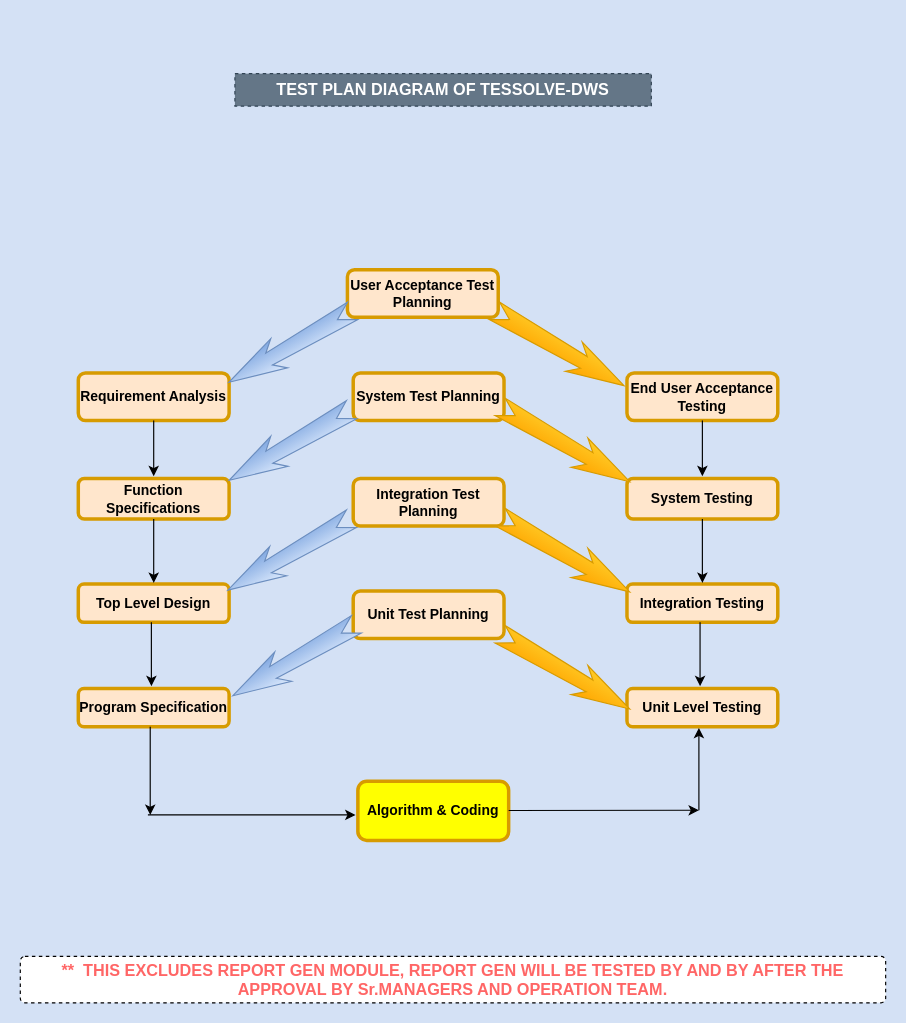
Earlier version of the draw.io diagram Untitled Diagramprogramm_modules.drawio (prasannachandar/tsp). Source tidied: cells renumbered, new cells numbered last; positions are measured from the earlier drawing's top-left corner, leaving out a move shared by most shapes. Both pictures are drawn from the tidied source at 116%, with x=0, y=0 at pixel (20, 73).
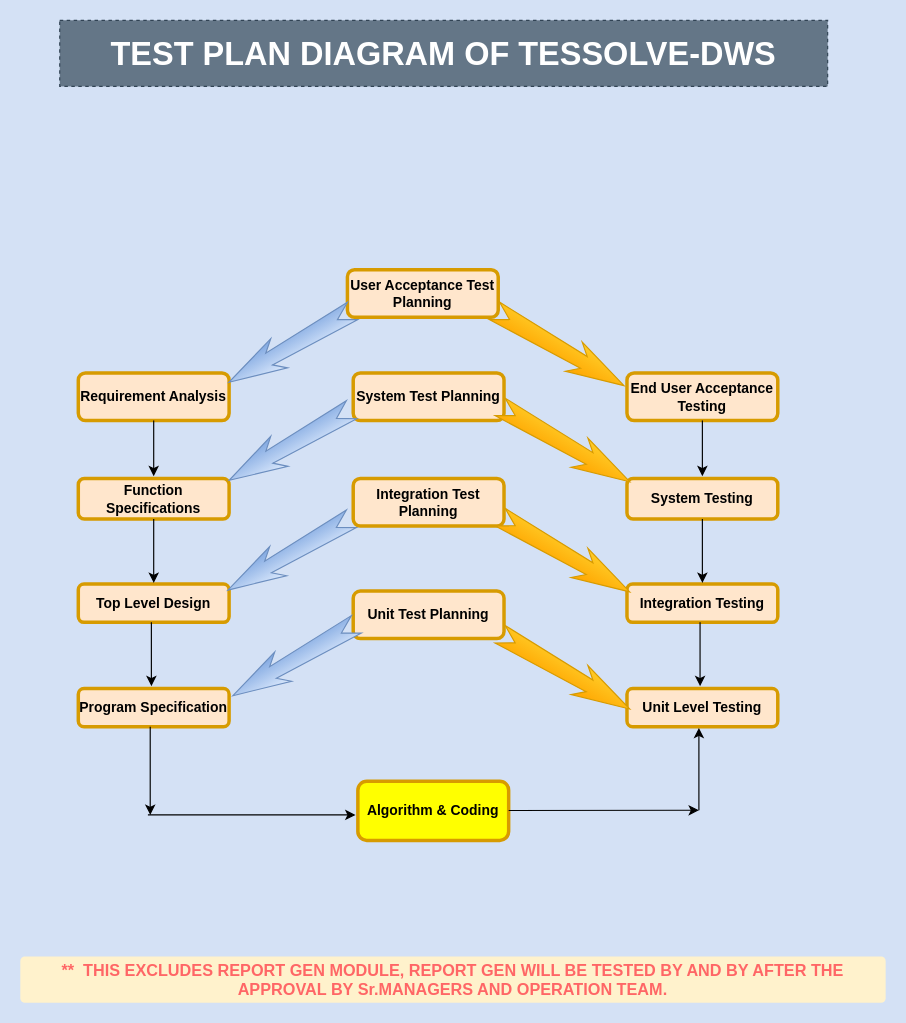
After the change.

Diff of the diagram source:
```diff
@@
-    <mxCell id="2" value="&lt;b&gt;&lt;font style=&quot;font-size: 14px&quot; color=&quot;#ff6666&quot;&gt;**&amp;nbsp; THIS EXCLUDES REPORT GEN MODULE, REPORT GEN WILL BE TESTED BY AND BY AFTER THE APPROVAL BY Sr.MANAGERS AND OPERATION TEAM.&lt;/font&gt;&lt;/b&gt;" style="rounded=1;arcSize=10;whiteSpace=wrap;html=1;align=center;dashed=1;" parent="1" vertex="1">
+    <mxCell id="2" value="&lt;b&gt;&lt;font style=&quot;font-size: 14px&quot; color=&quot;#ff6666&quot;&gt;**&amp;nbsp; THIS EXCLUDES REPORT GEN MODULE, REPORT GEN WILL BE TESTED BY AND BY AFTER THE APPROVAL BY Sr.MANAGERS AND OPERATION TEAM.&lt;/font&gt;&lt;/b&gt;" style="rounded=1;arcSize=10;whiteSpace=wrap;html=1;align=center;dashed=1;strokeColor=none;fillColor=#FFF2CC;" parent="1" vertex="1">
       <mxGeometry y="761" width="746" height="40" as="geometry" />
     </mxCell>
-    <mxCell id="3" value="TEST PLAN DIAGRAM OF TESSOLVE-DWS" style="whiteSpace=wrap;html=1;align=center;dashed=1;fillColor=#647687;strokeColor=#314354;fontSize=14;fontStyle=1;fontColor=#ffffff;" parent="1" vertex="1">
-      <mxGeometry x="185" width="359" height="28" as="geometry" />
+    <mxCell id="3" value="TEST PLAN DIAGRAM OF TESSOLVE-DWS" style="whiteSpace=wrap;html=1;align=center;dashed=1;fillColor=#647687;strokeColor=#314354;fontSize=28;fontStyle=1;fontColor=#ffffff;" parent="1" vertex="1">
+      <mxGeometry x="34" y="-46" width="662" height="57" as="geometry" />
     </mxCell>
```
